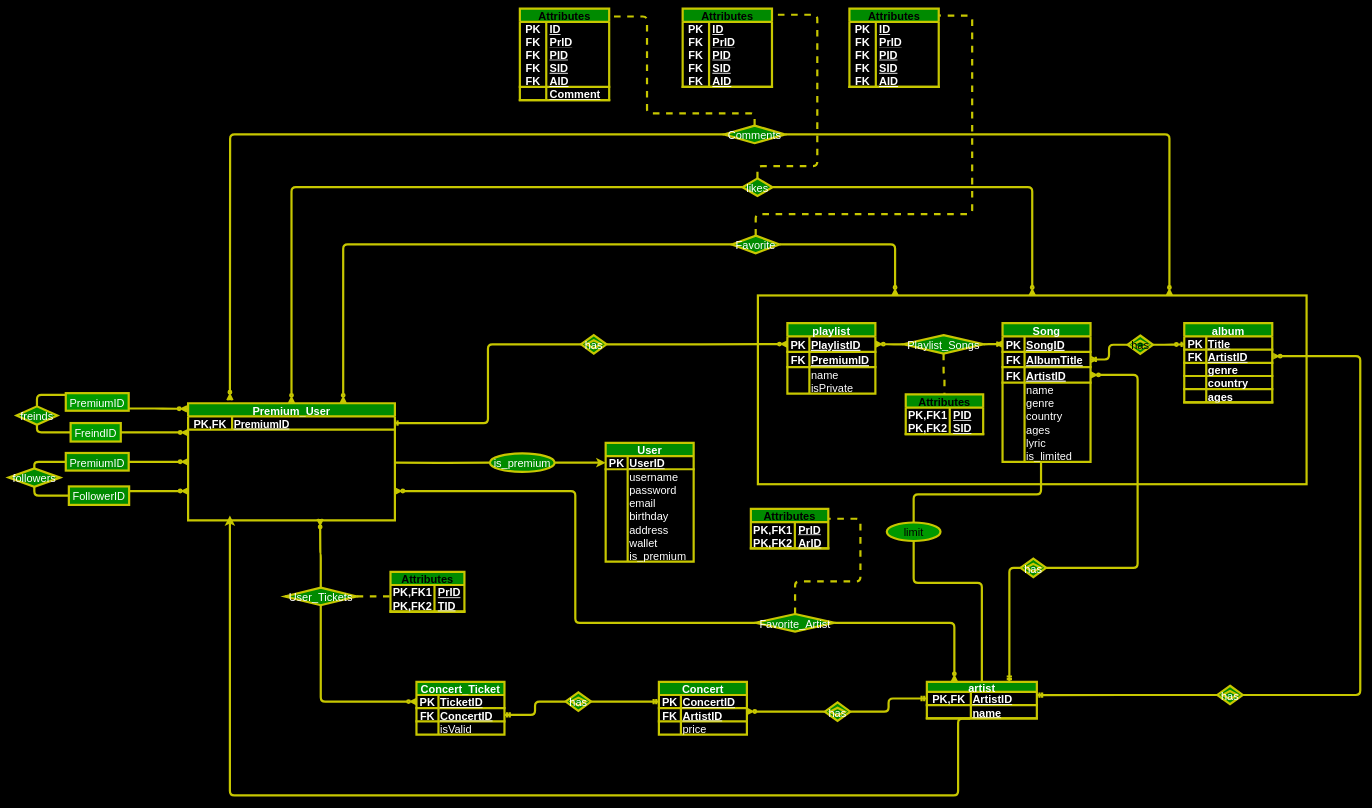
Above: ER/ER-diagram-spotify.drawio in danialmd81/spotify (draw.io), before the change. Source tidied: cells renumbered, new cells numbered last; positions are measured from the earlier drawing's top-left corner, leaving out a move shared by most shapes. Both pictures are drawn from the tidied source at 44%, with x=0, y=0 at pixel (8, 8).
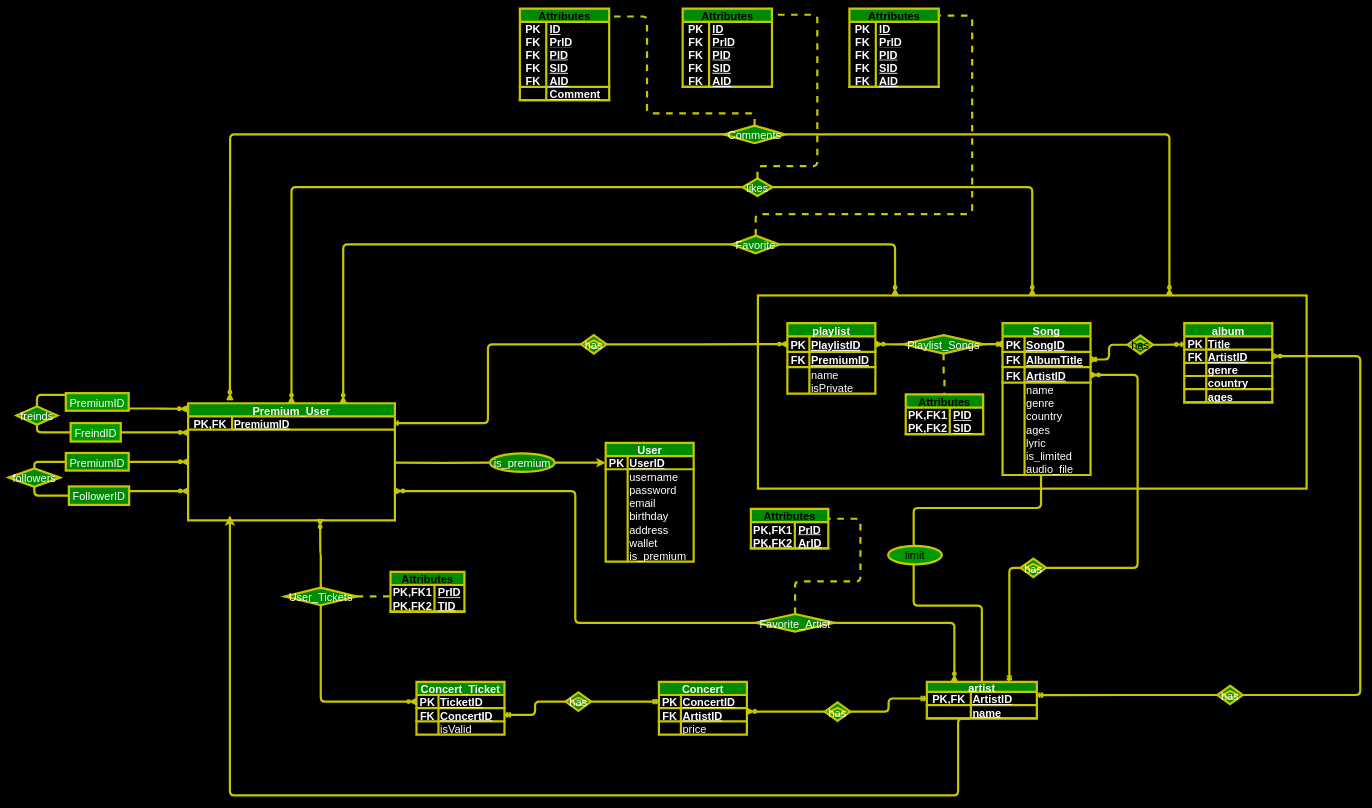
After the change.

Unchanged cells that the change refers to:
```xml
<mxCell id="36" value="artist" style="shape=table;startSize=23;childLayout=tableLayout;rowLines=0;fontStyle=1;align=center;strokeColor=#C7C700;fontColor=#ffffff;fillColor=#008a00;labelBackgroundColor=none;rounded=0;strokeWidth=5;swimlaneLine=1;fixDash=0;snapToPoint=0;comic=0;enumerate=0;backgroundOutline=0;fontSize=25;labelBorderColor=none;perimeterSpacing=0;swimlaneFillColor=#000000;spacingTop=0;spacingLeft=2;spacingRight=2;" parent="1" vertex="1">
  <mxGeometry x="2087" y="1530" width="250" height="83" as="geometry" />
</mxCell>
<mxCell id="80" value="is_limited" style="shape=partialRectangle;fillColor=none;top=0;left=0;bottom=0;right=0;align=left;spacingLeft=2;overflow=hidden;strokeColor=#C7C700;fontColor=#FFFFFF;labelBackgroundColor=none;rounded=0;strokeWidth=5;swimlaneLine=1;fixDash=0;snapToPoint=0;comic=0;enumerate=0;backgroundOutline=0;fontSize=25;labelBorderColor=none;perimeterSpacing=0;swimlaneFillColor=#000000;spacingTop=0;spacingRight=2;" parent="78" vertex="1">
  <mxGeometry x="50" width="150" height="30" as="geometry" />
</mxCell>
```

The edit, as a diff of the source:
```diff
@@
     <mxCell id="2" value="Entity" style="whiteSpace=wrap;html=1;align=center;rounded=0;labelBackgroundColor=none;labelBorderColor=none;comic=0;strokeWidth=5;fontFamily=Helvetica;fontSize=25;startSize=30;fillColor=none;fontStyle=1;strokeColor=#C7C700;fontColor=none;noLabel=1;perimeterSpacing=0;swimlaneLine=1;swimlaneFillColor=#000000;spacingTop=0;spacingLeft=2;spacingRight=2;" parent="1" vertex="1">
-      <mxGeometry x="1703" y="652" width="1247" height="429" as="geometry" />
+      <mxGeometry x="1703" y="652" width="1247" height="439" as="geometry" />
     </mxCell>
@@
     <mxCell id="35" style="edgeStyle=orthogonalEdgeStyle;shape=connector;rounded=1;comic=0;html=1;exitX=0.5;exitY=0;exitDx=0;exitDy=0;entryX=0.5;entryY=1;entryDx=0;entryDy=0;labelBackgroundColor=none;labelBorderColor=none;strokeColor=#C7C700;strokeWidth=5;fontFamily=Helvetica;fontSize=25;fontColor=default;endArrow=none;endFill=0;startSize=30;targetPerimeterSpacing=0;fillColor=#A8DADC;" parent="1" edge="1" source="36" target="177">
       <mxGeometry relative="1" as="geometry">
         <Array as="points">
-          <mxPoint x="2212" y="1305" />
-          <mxPoint x="2057" y="1305" />
+          <mxPoint x="2212" y="1357" />
+          <mxPoint x="2057" y="1357" />
+          <mxPoint x="2057" y="1238" />
         </Array>
       </mxGeometry>
     </mxCell>
@@
     <mxCell id="53" value="Song" style="shape=table;startSize=30;childLayout=tableLayout;rowLines=0;fontStyle=1;align=center;strokeColor=#C7C700;fontColor=#ffffff;fillColor=#008a00;labelBackgroundColor=none;rounded=0;strokeWidth=5;swimlaneLine=1;fixDash=0;comic=0;enumerate=0;backgroundOutline=0;fontSize=25;labelBorderColor=none;perimeterSpacing=0;swimlaneFillColor=#000000;spacingTop=0;spacingLeft=2;spacingRight=2;" parent="1" vertex="1">
-      <mxGeometry x="2259" y="715" width="200" height="315" as="geometry" />
+      <mxGeometry x="2259" y="715" width="200" height="345" as="geometry" />
     </mxCell>
@@
+    <mxCell id="251" style="shape=tableRow;horizontal=0;startSize=0;swimlaneHead=0;swimlaneBody=0;fillColor=none;top=0;left=0;right=0;bottom=0;strokeColor=#C7C700;fontColor=#FFFFFF;labelBackgroundColor=none;rounded=0;strokeWidth=5;swimlaneLine=1;fixDash=0;comic=0;enumerate=0;backgroundOutline=0;fontSize=25;labelBorderColor=none;perimeterSpacing=0;swimlaneFillColor=#000000;spacingTop=0;spacingLeft=2;spacingRight=2;" parent="53" vertex="1">
+      <mxGeometry y="315" width="200" height="30" as="geometry" />
+    </mxCell>
+    <mxCell id="252" style="shape=partialRectangle;fillColor=none;top=0;left=0;bottom=0;right=0;overflow=hidden;strokeColor=#C7C700;fontColor=#FFFFFF;labelBackgroundColor=none;rounded=0;strokeWidth=5;swimlaneLine=1;fixDash=0;comic=0;enumerate=0;backgroundOutline=0;fontSize=25;labelBorderColor=none;perimeterSpacing=0;swimlaneFillColor=#000000;spacingTop=0;spacingLeft=2;spacingRight=2;" parent="251" vertex="1">
+      <mxGeometry width="50" height="30" as="geometry" />
+    </mxCell>
+    <mxCell id="253" value="audio_file" style="shape=partialRectangle;fillColor=none;top=0;left=0;bottom=0;right=0;align=left;spacingLeft=2;overflow=hidden;strokeColor=#C7C700;fontColor=#FFFFFF;labelBackgroundColor=none;rounded=0;strokeWidth=5;swimlaneLine=1;fixDash=0;snapToPoint=0;comic=0;enumerate=0;backgroundOutline=0;fontSize=25;labelBorderColor=none;perimeterSpacing=0;swimlaneFillColor=#000000;spacingTop=0;spacingRight=2;" parent="251" vertex="1">
+      <mxGeometry x="50" width="150" height="30" as="geometry" />
+    </mxCell>
@@
-    <mxCell id="176" style="edgeStyle=orthogonalEdgeStyle;shape=connector;rounded=1;comic=0;html=1;exitX=0.5;exitY=0;exitDx=0;exitDy=0;entryX=0.25;entryY=1;entryDx=0;entryDy=0;labelBackgroundColor=none;labelBorderColor=none;strokeColor=#C7C700;strokeWidth=5;fontFamily=Helvetica;fontSize=25;fontColor=default;endArrow=none;endFill=0;startSize=30;targetPerimeterSpacing=0;fillColor=#A8DADC;" parent="1" edge="1" source="177" target="80">
+    <mxCell id="176" style="edgeStyle=orthogonalEdgeStyle;shape=connector;rounded=1;comic=0;html=1;exitX=0.5;exitY=0;exitDx=0;exitDy=0;entryX=0.25;entryY=1;entryDx=0;entryDy=0;labelBackgroundColor=none;labelBorderColor=none;strokeColor=#C7C700;strokeWidth=5;fontFamily=Helvetica;fontSize=25;fontColor=default;endArrow=none;endFill=0;startSize=30;targetPerimeterSpacing=0;fillColor=#A8DADC;" parent="1" edge="1" source="177" target="253">
       <mxGeometry relative="1" as="geometry">
         <Array as="points">
-          <mxPoint x="2057" y="1104" />
-          <mxPoint x="2346" y="1104" />
+          <mxPoint x="2057" y="1135" />
+          <mxPoint x="2347" y="1135" />
         </Array>
       </mxGeometry>
     </mxCell>
     <mxCell id="177" value="limit" style="ellipse;whiteSpace=wrap;html=1;align=center;rounded=0;labelBackgroundColor=none;labelBorderColor=none;comic=0;strokeColor=#C7C700;strokeWidth=5;fontFamily=Helvetica;fontSize=25;fontColor=default;startSize=30;fillColor=#009900;" parent="1" vertex="1">
-      <mxGeometry x="1996" y="1168" width="122" height="42" as="geometry" />
+      <mxGeometry x="1999" y="1221" width="122" height="42" as="geometry" />
     </mxCell>
```
